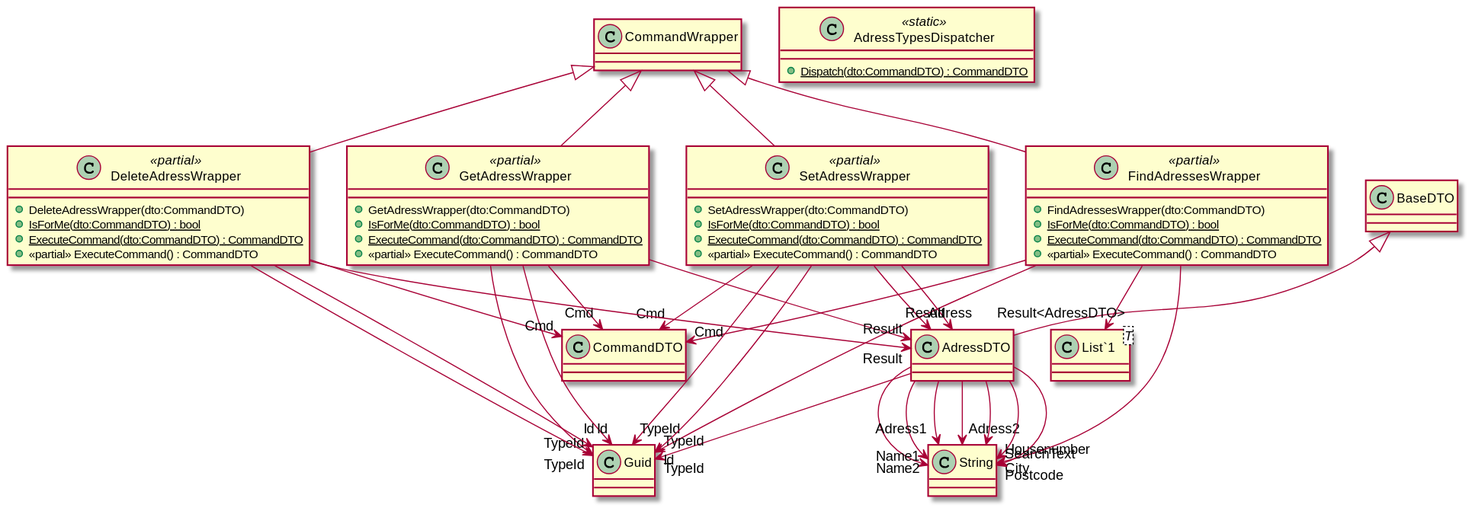
Before: wEBcMD/Doc/Types/cs/AdressTypes.svg, a diagram exported from PlantUML (kokolorix/wEBcMD).
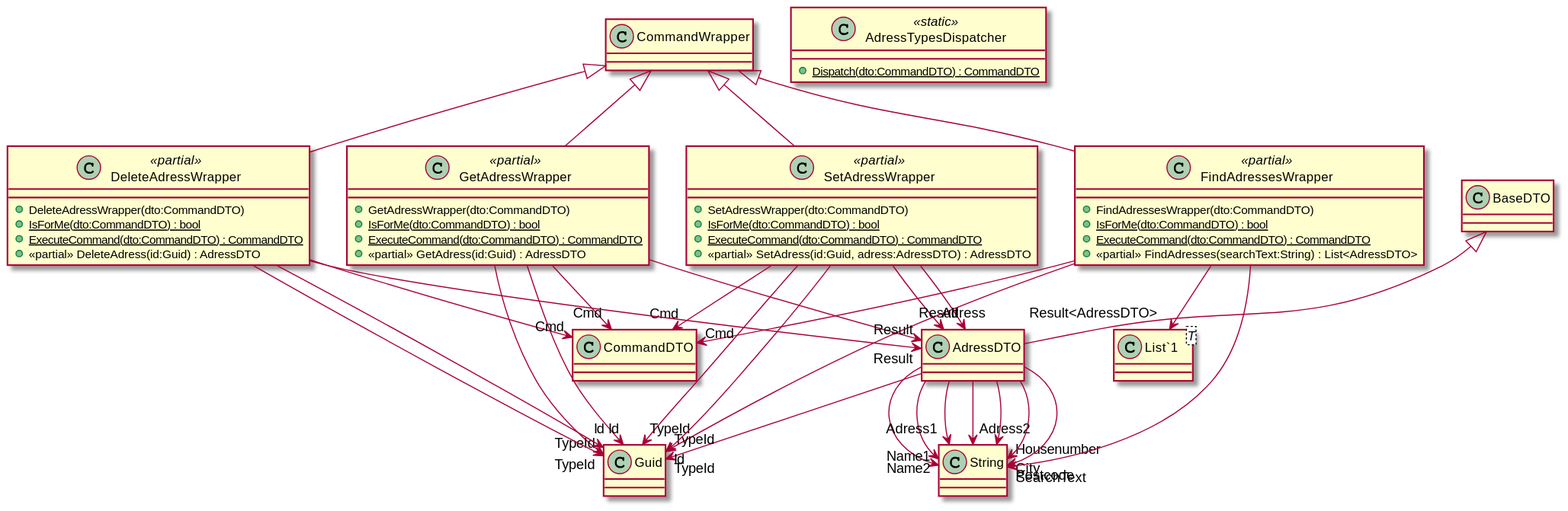
Above is the later version.

The edit, as a diff of the source:
```diff
@@ -5,25 +5,25 @@
     + FindAdressesWrapper(dto:CommandDTO)
     + {static} IsForMe(dto:CommandDTO) : bool
     + {static} ExecuteCommand(dto:CommandDTO) : CommandDTO
-    + <<partial>> ExecuteCommand() : CommandDTO
+    + <<partial>> FindAdresses(searchText:String) : List<AdressDTO>
 }
 class GetAdressWrapper <<partial>> {
     + GetAdressWrapper(dto:CommandDTO)
     + {static} IsForMe(dto:CommandDTO) : bool
     + {static} ExecuteCommand(dto:CommandDTO) : CommandDTO
-    + <<partial>> ExecuteCommand() : CommandDTO
+    + <<partial>> GetAdress(id:Guid) : AdressDTO
 }
 class SetAdressWrapper <<partial>> {
     + SetAdressWrapper(dto:CommandDTO)
     + {static} IsForMe(dto:CommandDTO) : bool
     + {static} ExecuteCommand(dto:CommandDTO) : CommandDTO
-    + <<partial>> ExecuteCommand() : CommandDTO
+    + <<partial>> SetAdress(id:Guid, adress:AdressDTO) : AdressDTO
 }
 class DeleteAdressWrapper <<partial>> {
     + DeleteAdressWrapper(dto:CommandDTO)
     + {static} IsForMe(dto:CommandDTO) : bool
     + {static} ExecuteCommand(dto:CommandDTO) : CommandDTO
-    + <<partial>> ExecuteCommand() : CommandDTO
+    + <<partial>> DeleteAdress(id:Guid) : AdressDTO
 }
 class AdressTypesDispatcher <<static>> {
     + {static} Dispatch(dto:CommandDTO) : CommandDTO
```
